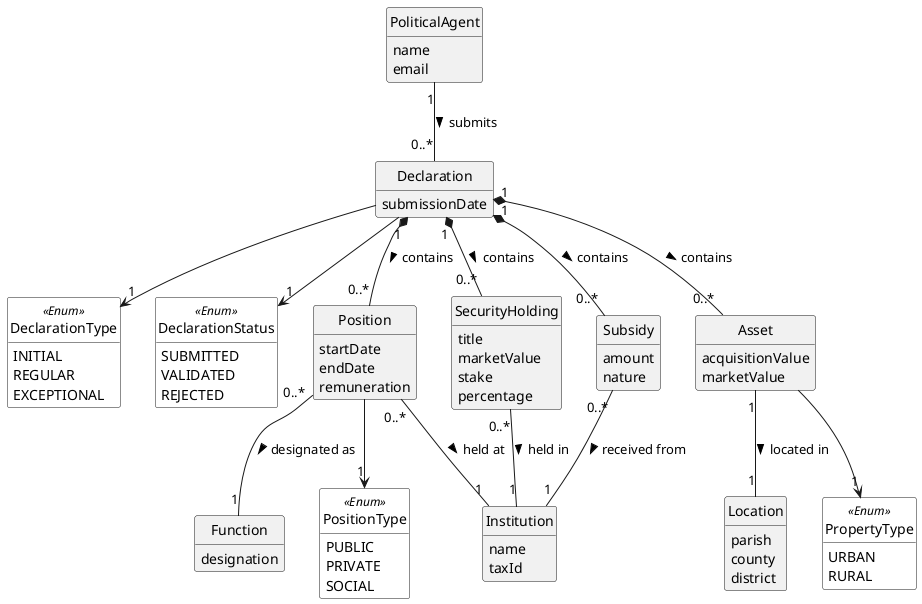
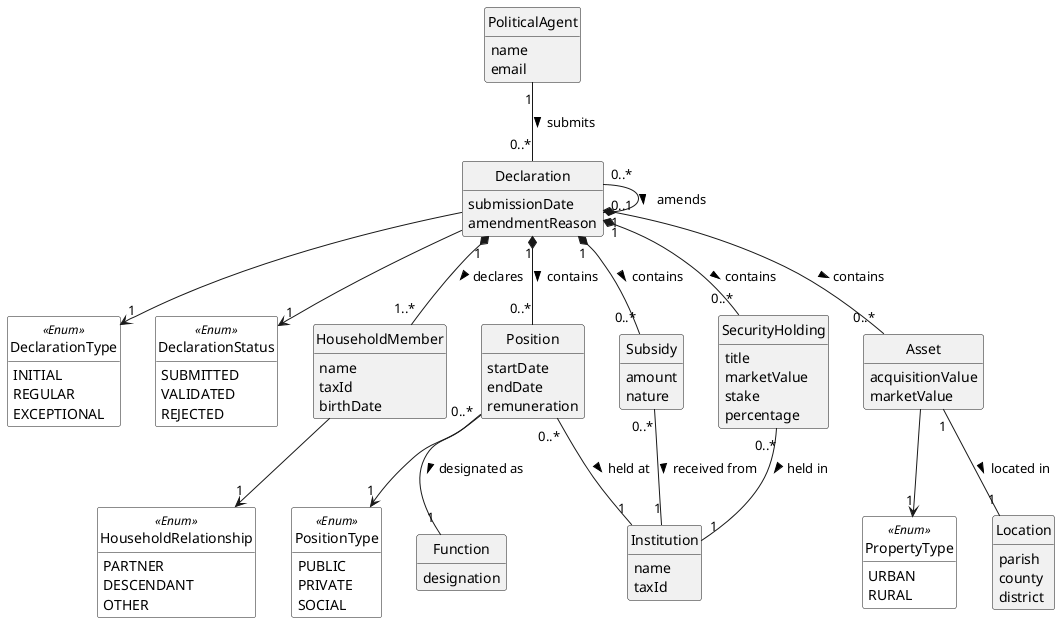
@startuml
top to bottom direction
skinparam monochrome true
skinparam packageStyle rectangle
skinparam shadowing false
skinparam classAttributeIconSize 0
hide circle
hide methods

skinparam class {
    BackgroundColor<<Enum>> White
}

enum DeclarationType << Enum >> {
  INITIAL
  REGULAR
  EXCEPTIONAL
}

enum DeclarationStatus << Enum >> {
  SUBMITTED
  VALIDATED
  REJECTED
}

enum PositionType << Enum >> {
  PUBLIC
  PRIVATE
  SOCIAL
}

enum PropertyType << Enum >> {
  URBAN
  RURAL
}

+ enum HouseholdRelationship << Enum >> {
+   PARTNER
+   DESCENDANT
+   OTHER
+ }
+ 
class PoliticalAgent {
  name
  email
}

class Declaration {
  submissionDate
+   amendmentReason
+ }
+ 
+ class HouseholdMember {
+   name
+   taxId
+   birthDate
}

class Position {
  startDate
  endDate
  remuneration
}

class Subsidy {
  amount
  nature
}

class Asset {
  acquisitionValue
  marketValue
}

class SecurityHolding {
  title
  marketValue
  stake
  percentage
}

class Institution {
  name
  taxId
}

class Function {
  designation
}

class Location {
  parish
  county
  district
}

PoliticalAgent "1" -down- "0..*" Declaration : submits >
Declaration --> "1" DeclarationType
Declaration --> "1" DeclarationStatus
+ Declaration "1" *-down- "1..*" HouseholdMember : declares >
Declaration "1" *-down- "0..*" Position : contains >
Declaration "1" *-down- "0..*" Subsidy : contains >
Declaration "1" *-down- "0..*" Asset : contains >
Declaration "1" *-down- "0..*" SecurityHolding : contains >
+ Declaration "0..*" -- "0..1" Declaration : amends >
+ 
+ HouseholdMember --> "1" HouseholdRelationship

Position --> "1" PositionType
Position "0..*" -down- "1" Institution : held at >
Position "0..*" -- "1" Function : designated as >

Subsidy "0..*" -down- "1" Institution : received from >

Asset --> "1" PropertyType
Asset "1" -- "1" Location : located in >

SecurityHolding "0..*" -down- "1" Institution : held in >

- @enduml+ @enduml
